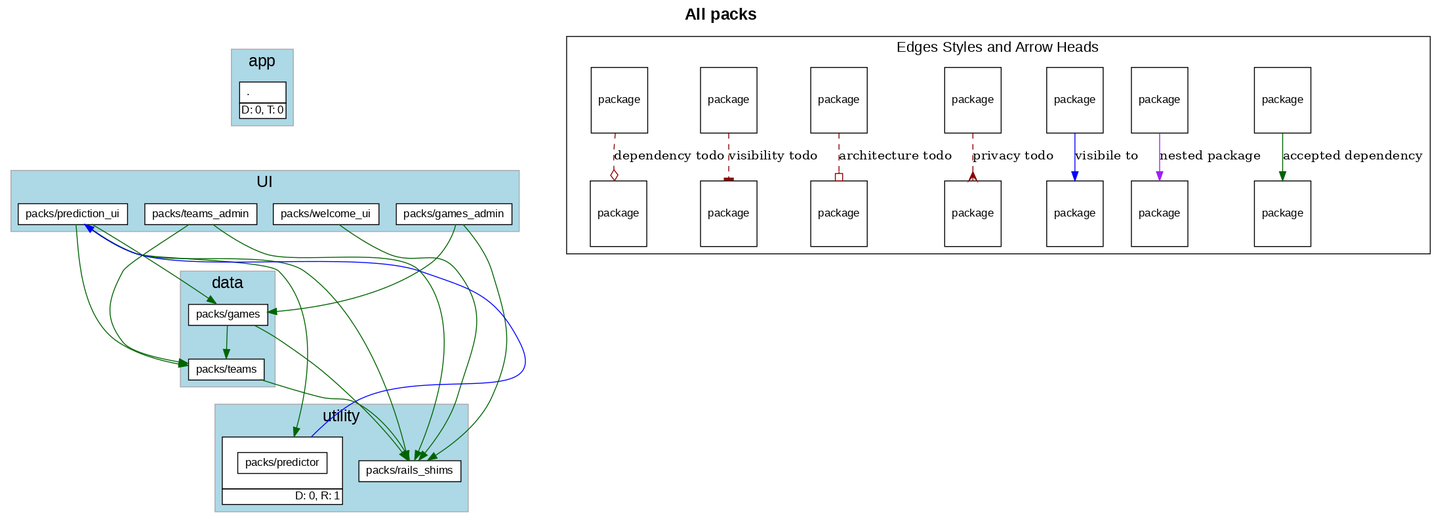
Earlier version of the Graphviz export c4s06/sportsball/c4s06_a_todos.png (shageman/package-based-rails-applications-book). Its source is kept beside it as c4s06/sportsball/c4s06_a_todos.dot. Source of this version:
```dot
digraph package_diagram {
  rankdir=TD
  graph [
    labelloc="t"
    fontname="Helvetica,Arial,sans-serif"
    dpi=100
    layout=dot
    label=<<b>All packs</b>>
    fontsize=18
  ]
  node [
    fontname="Helvetica,Arial,sans-serif"
    fontsize=26.0
    fontcolor=black
    fillcolor=white
    color=black
    height=1.0
    style=filled
    shape=plain
  ]
    subgraph app {
      shape=box
      color=darkgrey
      fillcolor=lightblue
      style=filled
        label="app"
        cluster=true
        rank = 0        "." [
            fontsize=12.0
            label= <
                <table border='0' cellborder='1' cellspacing='0' cellpadding='4'>
                  <tr> <td align='left'> . </td> </tr>
                  <tr><td CELLPADDING='1' ALIGN='RIGHT'>D: 0, T: 0</td></tr>
                </table>
              >
          ]

    }
    subgraph UI {
      shape=box
      color=darkgrey
      fillcolor=lightblue
      style=filled
        label="UI"
        cluster=true
        rank = 1        "packs/games_admin" [
            fontsize=12.0
            label= <
                <table border='0' cellborder='1' cellspacing='0' cellpadding='4'>
                  <tr> <td align='left'> packs/games_admin </td> </tr>
                </table>
              >
          ]

        "packs/prediction_ui" [
            fontsize=12.0
            label= <
                <table border='0' cellborder='1' cellspacing='0' cellpadding='4'>
                  <tr> <td align='left'> packs/prediction_ui </td> </tr>
                </table>
              >
          ]

        "packs/teams_admin" [
            fontsize=12.0
            label= <
                <table border='0' cellborder='1' cellspacing='0' cellpadding='4'>
                  <tr> <td align='left'> packs/teams_admin </td> </tr>
                </table>
              >
          ]

        "packs/welcome_ui" [
            fontsize=12.0
            label= <
                <table border='0' cellborder='1' cellspacing='0' cellpadding='4'>
                  <tr> <td align='left'> packs/welcome_ui </td> </tr>
                </table>
              >
          ]

    }
              "." -> "packs/games_admin" [ style=invis ]
              "." -> "packs/prediction_ui" [ style=invis ]
              "." -> "packs/teams_admin" [ style=invis ]
              "." -> "packs/welcome_ui" [ style=invis ]
    subgraph data {
      shape=box
      color=darkgrey
      fillcolor=lightblue
      style=filled
        label="data"
        cluster=true
        rank = 2        "packs/games" [
            fontsize=12.0
            label= <
                <table border='0' cellborder='1' cellspacing='0' cellpadding='4'>
                  <tr> <td align='left'> packs/games </td> </tr>
                </table>
              >
          ]

        "packs/teams" [
            fontsize=12.0
            label= <
                <table border='0' cellborder='1' cellspacing='0' cellpadding='4'>
                  <tr> <td align='left'> packs/teams </td> </tr>
                </table>
              >
          ]

    }
              "packs/games_admin" -> "packs/games" [ style=invis ]
              "packs/prediction_ui" -> "packs/games" [ style=invis ]
              "packs/teams_admin" -> "packs/games" [ style=invis ]
              "packs/welcome_ui" -> "packs/games" [ style=invis ]
              "packs/games_admin" -> "packs/teams" [ style=invis ]
              "packs/prediction_ui" -> "packs/teams" [ style=invis ]
              "packs/teams_admin" -> "packs/teams" [ style=invis ]
              "packs/welcome_ui" -> "packs/teams" [ style=invis ]
    subgraph utility {
      shape=box
      color=darkgrey
      fillcolor=lightblue
      style=filled
        label="utility"
        cluster=true
        rank = 3        "packs/predictor" [
            fontsize=12.0
            label= <
                <table border='0' cellborder='1' cellspacing='0' cellpadding='16'><tr><td>
                  <table border='0' cellborder='1' cellspacing='0' cellpadding='4'>
                    <tr> <td port='private'> packs/predictor </td> </tr>
                  </table>
                  </td></tr>
                  <tr><td CELLPADDING='1' ALIGN='RIGHT'>D: 0, R: 1</td></tr>
                  </table>
              >
          ]

        "packs/rails_shims" [
            fontsize=12.0
            label= <
                <table border='0' cellborder='1' cellspacing='0' cellpadding='4'>
                  <tr> <td align='left'> packs/rails_shims </td> </tr>
                </table>
              >
          ]

    }
              "packs/games" -> "packs/predictor" [ style=invis ]
              "packs/teams" -> "packs/predictor" [ style=invis ]
              "packs/games" -> "packs/rails_shims" [ style=invis ]
              "packs/teams" -> "packs/rails_shims" [ style=invis ]
    subgraph NotInLayer {
      shape=box
      color=darkgrey
      fillcolor=lightblue
      style=filled
        cluster=false
    }
          "packs/games" -> "packs/rails_shims" [ color=darkgreen ]
          "packs/games" -> "packs/teams" [ color=darkgreen ]
          "packs/games_admin" -> "packs/games" [ color=darkgreen ]
          "packs/games_admin" -> "packs/rails_shims" [ color=darkgreen ]
          "packs/prediction_ui" -> "packs/games" [ color=darkgreen ]
          "packs/prediction_ui" -> "packs/predictor" [ color=darkgreen ]
          "packs/prediction_ui" -> "packs/rails_shims" [ color=darkgreen ]
          "packs/prediction_ui" -> "packs/teams" [ color=darkgreen ]
          "packs/teams" -> "packs/rails_shims" [ color=darkgreen ]
          "packs/teams_admin" -> "packs/rails_shims" [ color=darkgreen ]
          "packs/teams_admin" -> "packs/teams" [ color=darkgreen ]
          "packs/welcome_ui" -> "packs/rails_shims" [ color=darkgreen ]
        "packs/predictor" -> "packs/prediction_ui" [ color=blue constraint=false ]
    subgraph cluster_legend {
      fontsize=16
      label="Edges Styles and Arrow Heads"
      A [ fontsize=12 shape=box label="package"]
      B [ fontsize=12 shape=box label="package"]
      A -> B [label="accepted dependency" color=darkgreen]
      K [ fontsize=12 shape=box label="package"]
      L [ fontsize=12 shape=box label="package"]
      K -> L [label="nested package" color=purple]
      M [ fontsize=12 shape=box label="package"]
      N [ fontsize=12 shape=box label="package"]
      M -> N [label="visibile to" color=blue]
      C [ fontsize=12 shape=box label="package"]
      D [ fontsize=12 shape=box label="package"]
      C -> D [label="privacy todo" color=darkred style=dashed arrowhead=crow]
      E [ fontsize=12 shape=box label="package"]
      F [ fontsize=12 shape=box label="package"]
      E -> F [label="architecture todo" color=darkred style=dashed arrowhead=obox]
      G [ fontsize=12 shape=box label="package"]
      H [ fontsize=12 shape=box label="package"]
      G -> H [label="visibility todo" color=darkred style=dashed arrowhead=tee]
      I [ fontsize=12 shape=box label="package"]
      J [ fontsize=12 shape=box label="package"]
      I -> J [label="dependency todo" color=darkred style=dashed arrowhead=odiamond]
      LEGEND_NODE_1 [ label="" peripheries=0 height=0 width=0 style=invis ]
      LEGEND_NODE_2 [ label="" peripheries=0 height=0 width=0 style=invis ]
      LEGEND_NODE_1 -> LEGEND_NODE_2 [ style=invis ]
    }
  subgraph cluster_teams_legend {
    fontsize=16
    label="Team Colors"


  }
    LEGEND_NODE_2 -> "" [style=invis]
}
```
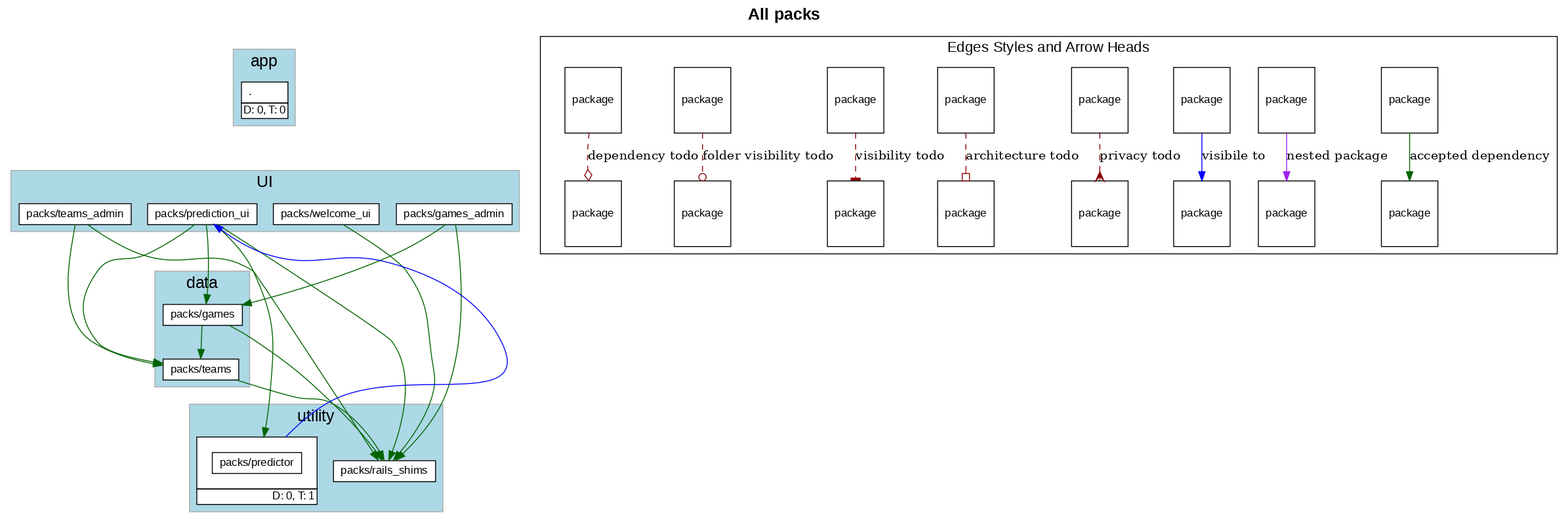
The same file after the commit.

Diff of the diagram source:
```diff
@@ -5,7 +5,7 @@
     fontname="Helvetica,Arial,sans-serif"
     dpi=100
     layout=dot
-    label=<<b>All packs</b>>
+    label=<<b>All packs</b><br/>>
     fontsize=18
   ]
   node [
@@ -133,7 +133,7 @@
                     <tr> <td port='private'> packs/predictor </td> </tr>
                   </table>
                   </td></tr>
-                  <tr><td CELLPADDING='1' ALIGN='RIGHT'>D: 0, R: 1</td></tr>
+                  <tr><td CELLPADDING='1' ALIGN='RIGHT'>D: 0, T: 1</td></tr>
                   </table>
               >
           ]
@@ -178,12 +178,12 @@
       A [ fontsize=12 shape=box label="package"]
       B [ fontsize=12 shape=box label="package"]
       A -> B [label="accepted dependency" color=darkgreen]
-      K [ fontsize=12 shape=box label="package"]
-      L [ fontsize=12 shape=box label="package"]
-      K -> L [label="nested package" color=purple]
       M [ fontsize=12 shape=box label="package"]
       N [ fontsize=12 shape=box label="package"]
-      M -> N [label="visibile to" color=blue]
+      M -> N [label="nested package" color=purple]
+      O [ fontsize=12 shape=box label="package"]
+      P [ fontsize=12 shape=box label="package"]
+      O -> P [label="visibile to" color=blue]
       C [ fontsize=12 shape=box label="package"]
       D [ fontsize=12 shape=box label="package"]
       C -> D [label="privacy todo" color=darkred style=dashed arrowhead=crow]
@@ -195,7 +195,10 @@
       G -> H [label="visibility todo" color=darkred style=dashed arrowhead=tee]
       I [ fontsize=12 shape=box label="package"]
       J [ fontsize=12 shape=box label="package"]
-      I -> J [label="dependency todo" color=darkred style=dashed arrowhead=odiamond]
+      I -> J [label="folder visibility todo" color=darkred style=dashed arrowhead=odot]
+      K [ fontsize=12 shape=box label="package"]
+      L [ fontsize=12 shape=box label="package"]
+      K -> L [label="dependency todo" color=darkred style=dashed arrowhead=odiamond]
       LEGEND_NODE_1 [ label="" peripheries=0 height=0 width=0 style=invis ]
       LEGEND_NODE_2 [ label="" peripheries=0 height=0 width=0 style=invis ]
       LEGEND_NODE_1 -> LEGEND_NODE_2 [ style=invis ]
```
